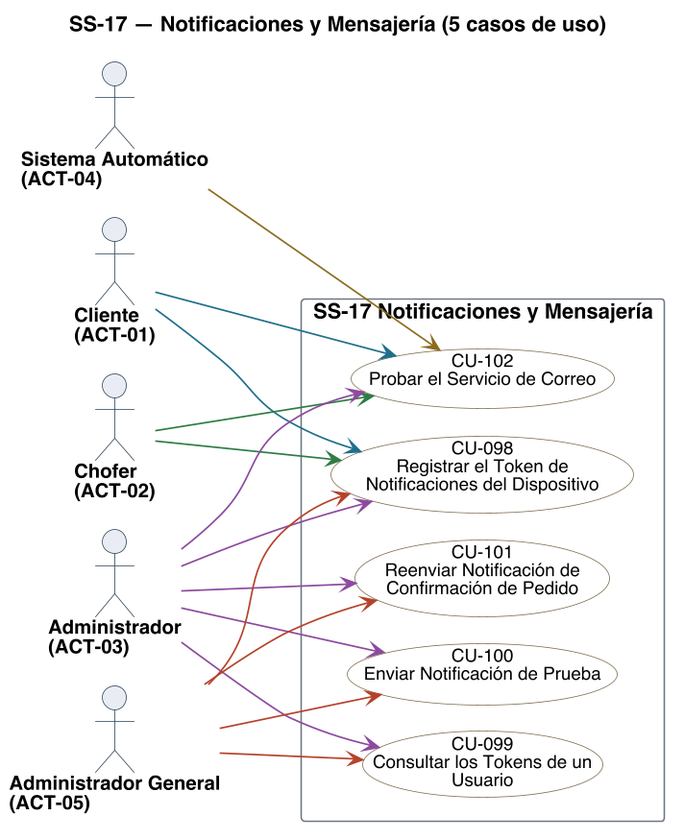
Nahuelito-Dev/splg-docs keeps this PlantUML diagram as diagramas/uml/CU_SS-17_Notificaciones-Y-Mensajeria.png. Above is the earlier version.
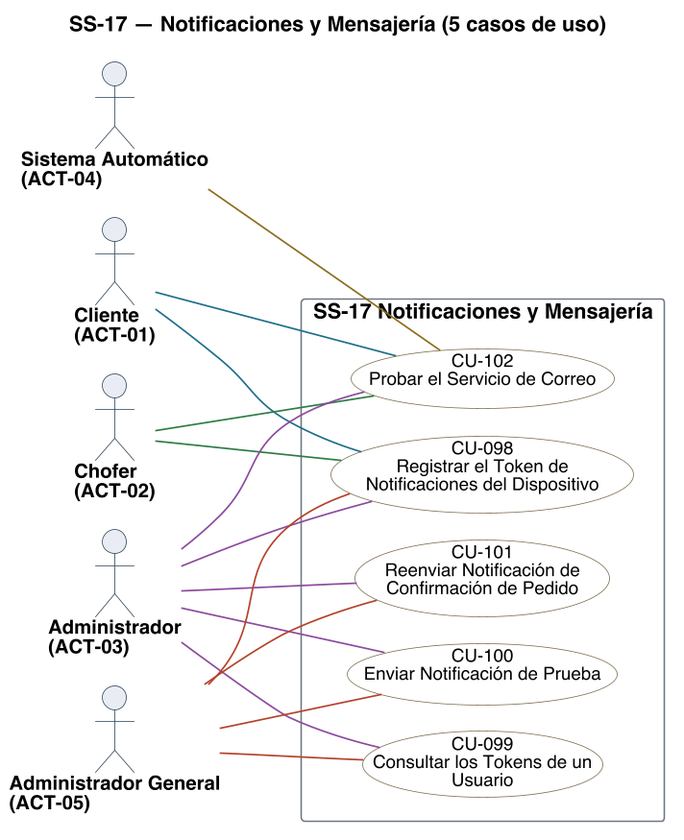
The same file after the commit.

The edit, as a diff of the source:
```diff
@@ -30,6 +30,8 @@
 skinparam usecase {
   BorderColor<<pendiente>> #9C4436
   BackgroundColor<<pendiente>> #F6E4E1
+  BorderColor<<factorizado>> #6B7683
+  BackgroundColor<<factorizado>> #F2F4F6
 }
 
 actor "Cliente\n(ACT-01)" as A01
@@ -46,19 +48,19 @@
   usecase "CU-102\nProbar el Servicio de Correo" as U102 #back:FFFFFF;line:7C6B4C
 }
 
-A01 -[#1F6F8B]-> U098
-A01 -[#1F6F8B]-> U102
-A02 -[#2E7D46]-> U098
-A02 -[#2E7D46]-> U102
-A03 -[#8C4A9E]-> U098
-A03 -[#8C4A9E]-> U099
-A03 -[#8C4A9E]-> U100
-A03 -[#8C4A9E]-> U101
-A03 -[#8C4A9E]-> U102
-A04 -[#8A6D1F]-> U102
-A05 -[#B4432B]-> U098
-A05 -[#B4432B]-> U099
-A05 -[#B4432B]-> U100
-A05 -[#B4432B]-> U101
+A01 -[#1F6F8B]- U098
+A01 -[#1F6F8B]- U102
+A02 -[#2E7D46]- U098
+A02 -[#2E7D46]- U102
+A03 -[#8C4A9E]- U098
+A03 -[#8C4A9E]- U099
+A03 -[#8C4A9E]- U100
+A03 -[#8C4A9E]- U101
+A03 -[#8C4A9E]- U102
+A04 -[#8A6D1F]- U102
+A05 -[#B4432B]- U098
+A05 -[#B4432B]- U099
+A05 -[#B4432B]- U100
+A05 -[#B4432B]- U101
 
 @enduml
```
